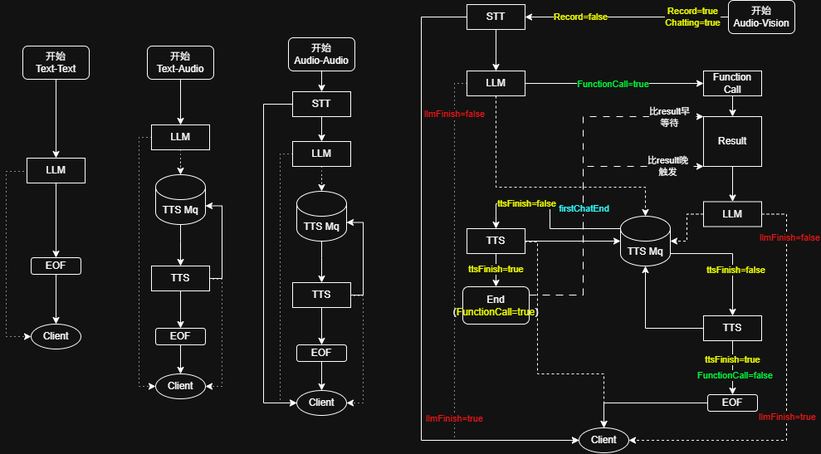
Above: docs/springboot/service/realTimeChat.drawio.png in nangong918/magic-vector (draw.io), before the change. Source tidied: cells renumbered, new cells last; positions are measured from the earlier drawing's top-left corner, leaving out a move shared by most shapes.
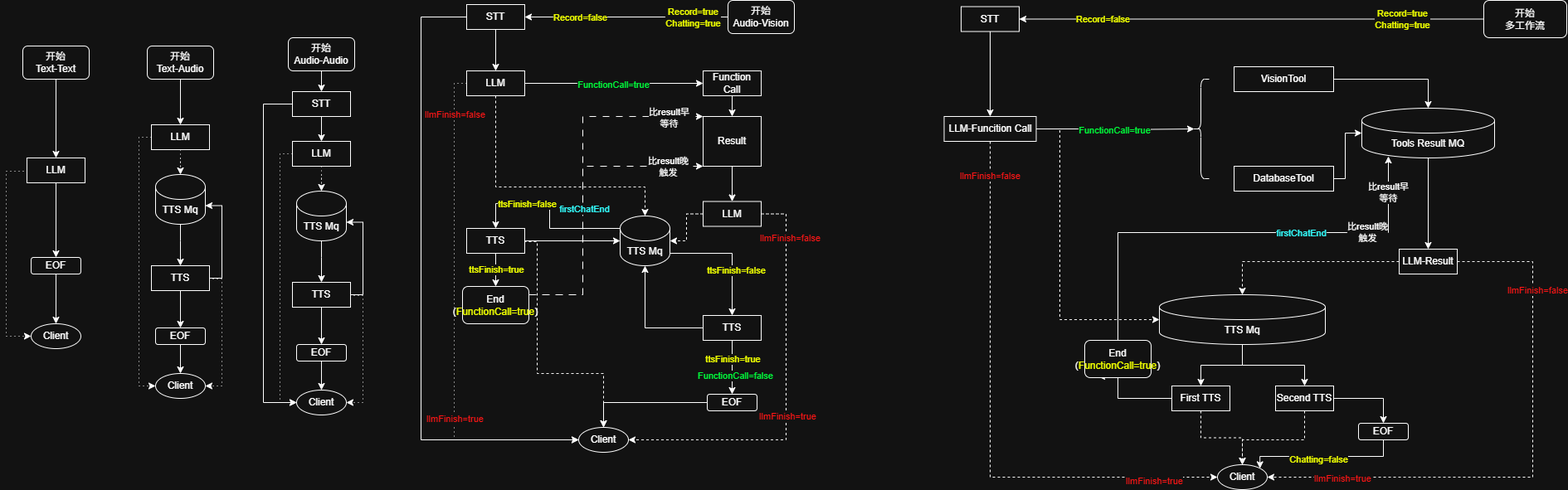
After the change.

Commit message:
docs(agent): 调整工作流模式

- 调整图形元素属性顺序以提高可读性
- 统一节点和连线的父级引用格式- 优化边缘标签和连接点配置
-保持图表结构和视觉效果一致

What changed in the source:
```diff
@@ -374,5 +374,190 @@
     <mxCell id="88" value="STT" style="rounded=0;whiteSpace=wrap;html=1;" parent="1" vertex="1">
       <mxGeometry x="555" y="5" width="70" height="30" as="geometry" />
     </mxCell>
+    <mxCell id="89" value="开始&lt;br&gt;多工作流" style="rounded=1;whiteSpace=wrap;html=1;" parent="1" vertex="1">
+      <mxGeometry x="1781" width="100" height="45" as="geometry" />
+    </mxCell>
+    <mxCell id="90" style="edgeStyle=orthogonalEdgeStyle;rounded=0;jettySize=auto;html=1;exitX=0;exitY=0.5;exitDx=0;exitDy=0;entryX=1;entryY=0.5;entryDx=0;entryDy=0;" parent="1" edge="1" source="89" target="94">
+      <mxGeometry relative="1" as="geometry" />
+    </mxCell>
+    <mxCell id="91" value="Record=true&lt;br&gt;Chatting=true" style="edgeLabel;html=1;align=center;verticalAlign=middle;fontColor=#EEFF00;" parent="90" vertex="1">
+      <mxGeometry x="-0.65" y="2" relative="1" as="geometry">
+        <mxPoint y="-2" as="offset" />
+      </mxGeometry>
+    </mxCell>
+    <mxCell id="92" value="Record=false" style="edgeLabel;html=1;align=center;verticalAlign=middle;fontColor=#EEFF00;" parent="90" vertex="1">
+      <mxGeometry x="0.78" relative="1" as="geometry">
+        <mxPoint x="40" as="offset" />
+      </mxGeometry>
+    </mxCell>
+    <mxCell id="93" style="edgeStyle=orthogonalEdgeStyle;rounded=0;jettySize=auto;html=1;" parent="1" edge="1" source="94" target="98">
+      <mxGeometry relative="1" as="geometry" />
+    </mxCell>
+    <mxCell id="94" value="STT" style="rounded=0;whiteSpace=wrap;html=1;" parent="1" vertex="1">
+      <mxGeometry x="1151" y="7.5" width="70" height="30" as="geometry" />
+    </mxCell>
+    <mxCell id="95" style="edgeStyle=orthogonalEdgeStyle;rounded=0;jettySize=auto;html=1;entryX=0;entryY=0.5;entryDx=0;entryDy=0;dashed=1;" parent="1" edge="1" source="98" target="99">
+      <mxGeometry relative="1" as="geometry">
+        <Array as="points">
+          <mxPoint x="1186" y="575" />
+        </Array>
+      </mxGeometry>
+    </mxCell>
+    <mxCell id="96" value="&lt;span style=&quot;color: rgb(255, 21, 21);&quot;&gt;llmFinish=false&lt;/span&gt;" style="edgeLabel;html=1;align=center;verticalAlign=middle;" parent="95" vertex="1">
+      <mxGeometry x="-0.88" y="-1" relative="1" as="geometry" />
+    </mxCell>
+    <mxCell id="97" value="&lt;span style=&quot;color: rgb(255, 21, 21);&quot;&gt;llmFinish=true&lt;/span&gt;" style="edgeLabel;html=1;align=center;verticalAlign=middle;" parent="95" vertex="1">
+      <mxGeometry x="0.77" y="-4" relative="1" as="geometry" />
+    </mxCell>
+    <mxCell id="98" value="LLM-Funcition Call" style="rounded=0;whiteSpace=wrap;html=1;" parent="1" vertex="1">
+      <mxGeometry x="1130.5" y="140" width="111" height="30" as="geometry" />
+    </mxCell>
+    <mxCell id="99" value="Client" style="ellipse;whiteSpace=wrap;html=1;" parent="1" vertex="1">
+      <mxGeometry x="1460" y="560" width="60" height="30" as="geometry" />
+    </mxCell>
+    <mxCell id="100" value="VisionTool" style="rounded=0;whiteSpace=wrap;html=1;" parent="1" vertex="1">
+      <mxGeometry x="1480" y="80" width="120" height="30" as="geometry" />
+    </mxCell>
+    <mxCell id="101" value="DatabaseTool" style="rounded=0;whiteSpace=wrap;html=1;" parent="1" vertex="1">
+      <mxGeometry x="1480" y="200" width="120" height="30" as="geometry" />
+    </mxCell>
+    <mxCell id="102" style="edgeStyle=orthogonalEdgeStyle;rounded=0;jettySize=auto;html=1;exitX=1;exitY=0.5;exitDx=0;exitDy=0;entryX=0.1;entryY=0.5;entryDx=0;entryDy=0;entryPerimeter=0;" parent="1" edge="1" source="98" target="105">
+      <mxGeometry relative="1" as="geometry">
+        <Array as="points">
+          <mxPoint x="1331" y="155" />
+          <mxPoint x="1331" y="156" />
+          <mxPoint x="1432" y="156" />
+        </Array>
+      </mxGeometry>
+    </mxCell>
+    <mxCell id="103" value="Text" style="edgeLabel;html=1;align=center;verticalAlign=middle;" parent="102" vertex="1">
+      <mxGeometry x="-0.21" y="-2" relative="1" as="geometry">
+        <mxPoint x="20" y="-2" as="offset" />
+      </mxGeometry>
+    </mxCell>
+    <mxCell id="104" value="&lt;font style=&quot;color: rgb(0, 255, 59);&quot;&gt;FunctionCall=true&lt;/font&gt;" style="edgeLabel;html=1;align=center;verticalAlign=middle;fontColor=#EEFF00;" parent="102" vertex="1">
+      <mxGeometry x="-0.01" y="-1" relative="1" as="geometry" />
+    </mxCell>
+    <mxCell id="105" style="shape=curlyBracket;whiteSpace=wrap;html=1;rounded=1;labelPosition=left;verticalLabelPosition=middle;align=right;verticalAlign=middle;" parent="1" vertex="1">
+      <mxGeometry x="1430" y="95" width="20" height="120" as="geometry" />
+    </mxCell>
+    <mxCell id="106" style="edgeStyle=orthogonalEdgeStyle;rounded=0;jettySize=auto;html=1;entryX=0.5;entryY=0;entryDx=0;entryDy=0;" parent="1" edge="1" source="107" target="128">
+      <mxGeometry relative="1" as="geometry" />
+    </mxCell>
+    <mxCell id="107" value="Tools Result MQ" style="shape=cylinder3;whiteSpace=wrap;html=1;boundedLbl=1;backgroundOutline=1;size=15;" parent="1" vertex="1">
+      <mxGeometry x="1634" y="130" width="160" height="60" as="geometry" />
+    </mxCell>
+    <mxCell id="108" style="edgeStyle=orthogonalEdgeStyle;rounded=0;jettySize=auto;html=1;entryX=0.5;entryY=0;entryDx=0;entryDy=0;entryPerimeter=0;" parent="1" edge="1" source="100" target="107">
+      <mxGeometry relative="1" as="geometry" />
+    </mxCell>
+    <mxCell id="109" style="edgeStyle=orthogonalEdgeStyle;rounded=0;jettySize=auto;html=1;entryX=0;entryY=0.5;entryDx=0;entryDy=0;entryPerimeter=0;" parent="1" edge="1" source="101" target="107">
+      <mxGeometry relative="1" as="geometry">
+        <Array as="points">
+          <mxPoint x="1614" y="215" />
+          <mxPoint x="1614" y="160" />
+        </Array>
+      </mxGeometry>
+    </mxCell>
+    <mxCell id="110" style="edgeStyle=orthogonalEdgeStyle;rounded=0;jettySize=auto;html=1;" parent="1" edge="1" source="112" target="115">
+      <mxGeometry relative="1" as="geometry" />
+    </mxCell>
+    <mxCell id="111" style="edgeStyle=orthogonalEdgeStyle;rounded=0;jettySize=auto;html=1;" parent="1" edge="1" source="112" target="123">
+      <mxGeometry relative="1" as="geometry" />
+    </mxCell>
+    <mxCell id="112" value="TTS Mq" style="shape=cylinder3;whiteSpace=wrap;html=1;boundedLbl=1;backgroundOutline=1;size=15;" parent="1" vertex="1">
+      <mxGeometry x="1390" y="355" width="200" height="60" as="geometry" />
+    </mxCell>
+    <mxCell id="113" style="edgeStyle=orthogonalEdgeStyle;rounded=0;jettySize=auto;html=1;entryX=0;entryY=0.5;entryDx=0;entryDy=0;entryPerimeter=0;dashed=1;" parent="1" edge="1" source="98" target="112">
+      <mxGeometry relative="1" as="geometry">
+        <Array as="points">
+          <mxPoint x="1270" y="155" />
+          <mxPoint x="1270" y="385" />
+        </Array>
+      </mxGeometry>
+    </mxCell>
+    <mxCell id="114" style="edgeStyle=orthogonalEdgeStyle;rounded=0;jettySize=auto;html=1;dashed=1;" parent="1" edge="1" source="115" target="99">
+      <mxGeometry relative="1" as="geometry" />
+    </mxCell>
+    <mxCell id="115" value="First TTS" style="rounded=0;whiteSpace=wrap;html=1;" parent="1" vertex="1">
+      <mxGeometry x="1405" y="465" width="70" height="30" as="geometry" />
+    </mxCell>
+    <mxCell id="116" style="edgeStyle=orthogonalEdgeStyle;rounded=0;jettySize=auto;html=1;entryX=0.2;entryY=0.967;entryDx=0;entryDy=0;entryPerimeter=0;" parent="1" edge="1" source="133" target="107">
+      <mxGeometry relative="1" as="geometry">
+        <Array as="points">
+          <mxPoint x="1340" y="280" />
+          <mxPoint x="1666" y="280" />
+        </Array>
+      </mxGeometry>
+    </mxCell>
+    <mxCell id="117" value="&lt;span style=&quot;color: rgb(51, 255, 255);&quot;&gt;firstChatEnd&lt;/span&gt;" style="edgeLabel;html=1;align=center;verticalAlign=middle;" parent="116" vertex="1">
+      <mxGeometry x="0.28" relative="1" as="geometry" />
+    </mxCell>
+    <mxCell id="118" value="&lt;span style=&quot;color: rgba(0, 0, 0, 0); font-family: monospace; font-size: 0px; text-align: start; background-color: rgb(27, 29, 30);&quot;&gt;%3CmxGraphModel%3E%3Croot%3E%3CmxCell%20id%3D%220%22%2F%3E%3CmxCell%20id%3D%221%22%20parent%3D%220%22%2F%3E%3CmxCell%20id%3D%222%22%20value%3D%22%E6%AF%94result%E6%97%A9%26lt%3Bbr%26gt%3B%E7%AD%89%E5%BE%85%22%20style%3D%22edgeLabel%3Bhtml%3D1%3Balign%3Dcenter%3BverticalAlign%3Dmiddle%3Bresizable%3D0%3Bpoints%3D%5B%5D%3B%22%20vertex%3D%221%22%20connectable%3D%220%22%20parent%3D%221%22%3E%3CmxGeometry%20x%3D%22818%22%20y%3D%22191%22%20as%3D%22geometry%22%2F%3E%3C%2FmxCell%3E%3C%2Froot%3E%3C%2FmxGraphModel%3E&lt;/span&gt;" style="edgeLabel;html=1;align=center;verticalAlign=middle;" parent="116" vertex="1">
+      <mxGeometry x="0.63" y="-2" relative="1" as="geometry" />
+    </mxCell>
+    <mxCell id="119" value="比result早&lt;br&gt;等待" style="edgeLabel;html=1;align=center;verticalAlign=middle;" parent="116" vertex="1">
+      <mxGeometry x="0.84" y="1" relative="1" as="geometry" />
+    </mxCell>
+    <mxCell id="120" value="比result晚&lt;div&gt;触发&lt;/div&gt;" style="edgeLabel;html=1;align=center;verticalAlign=middle;" parent="116" vertex="1">
+      <mxGeometry x="0.57" y="1" relative="1" as="geometry" />
+    </mxCell>
+    <mxCell id="121" style="edgeStyle=orthogonalEdgeStyle;rounded=0;jettySize=auto;html=1;entryX=0.5;entryY=0;entryDx=0;entryDy=0;dashed=1;" parent="1" edge="1" source="123" target="99">
+      <mxGeometry relative="1" as="geometry">
+        <Array as="points">
+          <mxPoint x="1565" y="530" />
+          <mxPoint x="1490" y="530" />
+        </Array>
+      </mxGeometry>
+    </mxCell>
+    <mxCell id="122" style="edgeStyle=orthogonalEdgeStyle;rounded=0;jettySize=auto;html=1;entryX=0.5;entryY=0;entryDx=0;entryDy=0;" parent="1" edge="1" source="123" target="131">
+      <mxGeometry relative="1" as="geometry" />
+    </mxCell>
+    <mxCell id="123" value="Secend TTS" style="rounded=0;whiteSpace=wrap;html=1;" parent="1" vertex="1">
+      <mxGeometry x="1530" y="465" width="70" height="30" as="geometry" />
+    </mxCell>
+    <mxCell id="124" style="edgeStyle=orthogonalEdgeStyle;rounded=0;jettySize=auto;html=1;dashed=1;" parent="1" edge="1" source="128" target="112">
+      <mxGeometry relative="1" as="geometry" />
+    </mxCell>
+    <mxCell id="125" style="edgeStyle=orthogonalEdgeStyle;rounded=0;jettySize=auto;html=1;entryX=1;entryY=0.5;entryDx=0;entryDy=0;dashed=1;" parent="1" edge="1" source="128" target="99">
+      <mxGeometry relative="1" as="geometry">
+        <Array as="points">
+          <mxPoint x="1840" y="315" />
+          <mxPoint x="1840" y="575" />
+        </Array>
+      </mxGeometry>
+    </mxCell>
+    <mxCell id="126" value="&lt;span style=&quot;color: rgb(255, 21, 21);&quot;&gt;llmFinish=false&lt;/span&gt;" style="edgeLabel;html=1;align=center;verticalAlign=middle;" parent="125" vertex="1">
+      <mxGeometry x="-0.63" y="5" relative="1" as="geometry" />
+    </mxCell>
+    <mxCell id="127" value="&lt;span style=&quot;color: rgb(255, 21, 21);&quot;&gt;llmFinish=true&lt;/span&gt;" style="edgeLabel;html=1;align=center;verticalAlign=middle;" parent="125" vertex="1">
+      <mxGeometry x="0.73" y="1" relative="1" as="geometry" />
+    </mxCell>
+    <mxCell id="128" value="LLM-Result" style="rounded=0;whiteSpace=wrap;html=1;" parent="1" vertex="1">
+      <mxGeometry x="1679" y="300" width="70" height="30" as="geometry" />
+    </mxCell>
+    <mxCell id="129" style="edgeStyle=orthogonalEdgeStyle;rounded=0;jettySize=auto;html=1;entryX=1;entryY=0;entryDx=0;entryDy=0;" parent="1" edge="1" source="131" target="99">
+      <mxGeometry relative="1" as="geometry">
+        <Array as="points">
+          <mxPoint x="1660" y="550" />
+          <mxPoint x="1511" y="550" />
+        </Array>
+      </mxGeometry>
+    </mxCell>
+    <mxCell id="130" value="&lt;font style=&quot;color: rgb(238, 255, 0);&quot;&gt;Chatting=false&lt;/font&gt;" style="edgeLabel;html=1;align=center;verticalAlign=middle;" parent="129" vertex="1">
+      <mxGeometry x="0.08" y="3" relative="1" as="geometry" />
+    </mxCell>
+    <mxCell id="131" value="EOF" style="rounded=1;whiteSpace=wrap;html=1;" parent="1" vertex="1">
+      <mxGeometry x="1630" y="510" width="60" height="20" as="geometry" />
+    </mxCell>
+    <mxCell id="132" style="edgeStyle=orthogonalEdgeStyle;rounded=0;jettySize=auto;html=1;entryX=0.2;entryY=0.967;entryDx=0;entryDy=0;entryPerimeter=0;" parent="1" edge="1" source="115" target="133">
+      <mxGeometry relative="1" as="geometry">
+        <Array as="points">
+          <mxPoint x="1340" y="480" />
+        </Array>
+      </mxGeometry>
+    </mxCell>
+    <mxCell id="133" value="End&lt;br&gt;(&lt;font style=&quot;color: rgb(238, 255, 0);&quot;&gt;FunctionCall=true&lt;/font&gt;&lt;span style=&quot;background-color: transparent; color: light-dark(rgb(0, 0, 0), rgb(255, 255, 255));&quot;&gt;)&lt;/span&gt;" style="rounded=1;whiteSpace=wrap;html=1;" parent="1" vertex="1">
+      <mxGeometry x="1300" y="410" width="80" height="45" as="geometry" />
+    </mxCell>
   </root>
 </mxGraphModel>
```
